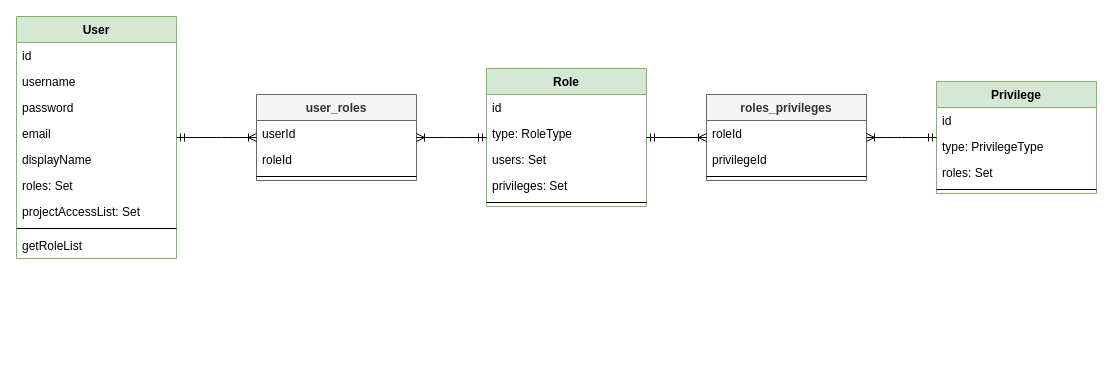
This is docs/3 infrastructure/database model.drawio from cosminbucur/final-ro23, a draw.io file, before an edit. Source tidied: cells renumbered, new cells numbered last; positions are measured from the earlier drawing's top-left corner, leaving out a move shared by most shapes. Both pictures are drawn from the tidied source at 100%, with x=0, y=0 at pixel (16, 16).
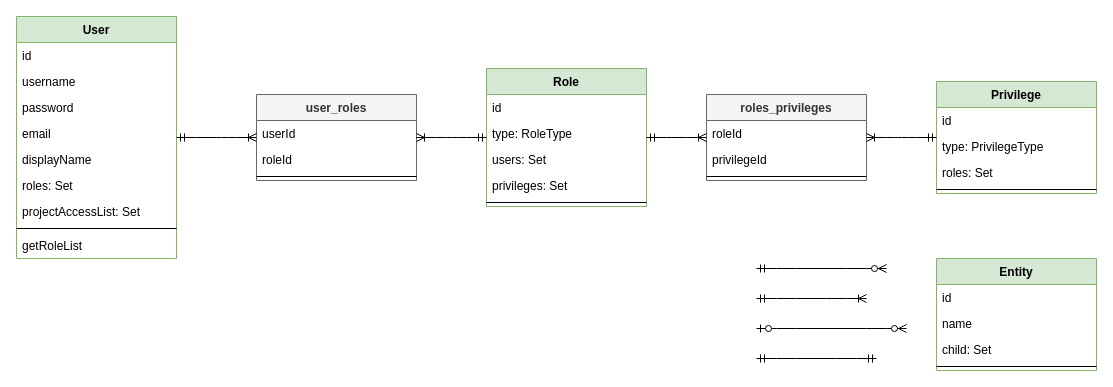
The same diagram, later.

The edit, as a diff of the source:
```diff
@@
+    <mxCell id="35" style="edgeStyle=entityRelationEdgeStyle;fontSize=12;html=1;endArrow=ERzeroToMany;startArrow=ERzeroToOne;" parent="1" edge="1">
+      <mxGeometry relative="1" as="geometry">
+        <mxPoint x="740" y="312" as="sourcePoint" />
+        <mxPoint x="890" y="312" as="targetPoint" />
+      </mxGeometry>
+    </mxCell>
+    <mxCell id="36" style="edgeStyle=entityRelationEdgeStyle;fontSize=12;html=1;endArrow=ERzeroToMany;startArrow=ERmandOne;" parent="1" edge="1">
+      <mxGeometry relative="1" as="geometry">
+        <mxPoint x="740" y="252" as="sourcePoint" />
+        <mxPoint x="870" y="252" as="targetPoint" />
+      </mxGeometry>
+    </mxCell>
+    <mxCell id="37" style="edgeStyle=entityRelationEdgeStyle;fontSize=12;html=1;endArrow=ERoneToMany;startArrow=ERmandOne;" parent="1" edge="1">
+      <mxGeometry relative="1" as="geometry">
+        <mxPoint x="740" y="282" as="sourcePoint" />
+        <mxPoint x="850" y="282" as="targetPoint" />
+      </mxGeometry>
+    </mxCell>
+    <mxCell id="38" value="Entity" style="swimlane;fontStyle=1;align=center;verticalAlign=top;horizontal=1;startSize=26;fillColor=#d5e8d4;strokeColor=#82b366;" parent="1" vertex="1">
+      <mxGeometry x="920" y="242" width="160" height="112" as="geometry" />
+    </mxCell>
+    <mxCell id="39" value="id" style="text;strokeColor=none;fillColor=none;align=left;verticalAlign=top;spacingLeft=4;spacingRight=4;overflow=hidden;" parent="38" vertex="1">
+      <mxGeometry y="26" width="160" height="26" as="geometry" />
+    </mxCell>
+    <mxCell id="40" value="name" style="text;strokeColor=none;fillColor=none;align=left;verticalAlign=top;spacingLeft=4;spacingRight=4;overflow=hidden;" parent="38" vertex="1">
+      <mxGeometry y="52" width="160" height="26" as="geometry" />
+    </mxCell>
+    <mxCell id="41" value="child: Set" style="text;strokeColor=none;fillColor=none;align=left;verticalAlign=top;spacingLeft=4;spacingRight=4;overflow=hidden;" parent="38" vertex="1">
+      <mxGeometry y="78" width="160" height="26" as="geometry" />
+    </mxCell>
+    <mxCell id="42" style="line;strokeWidth=1;fillColor=none;align=left;verticalAlign=middle;spacingTop=-1;spacingLeft=3;spacingRight=3;labelPosition=right;" parent="38" vertex="1">
+      <mxGeometry y="104" width="160" height="8" as="geometry" />
+    </mxCell>
+    <mxCell id="43" style="edgeStyle=entityRelationEdgeStyle;fontSize=12;html=1;endArrow=ERmandOne;startArrow=ERmandOne;" parent="1" edge="1">
+      <mxGeometry relative="1" as="geometry">
+        <mxPoint x="740" y="342" as="sourcePoint" />
+        <mxPoint x="860" y="342" as="targetPoint" />
+      </mxGeometry>
+    </mxCell>
```
